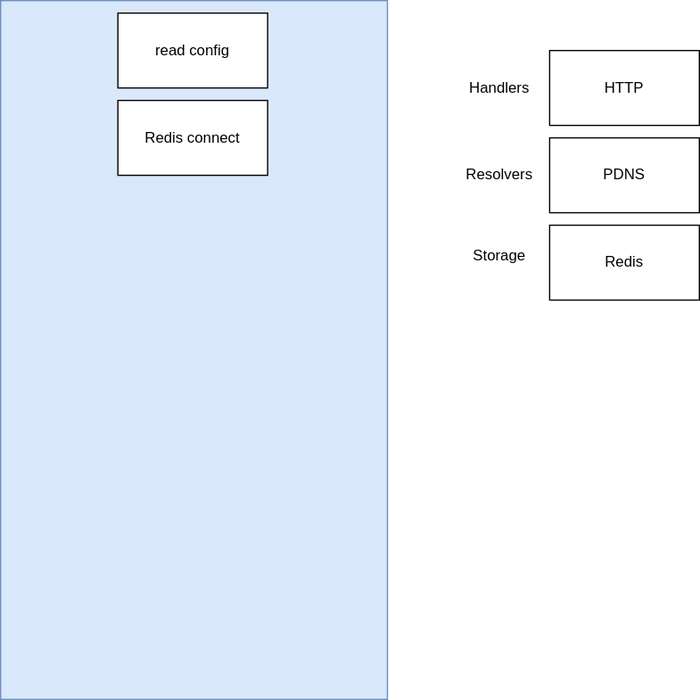
The draw.io diagram docs/driver/classes.drawio.svg in kelpi-io/kelpi.io, before a commit. Source tidied: cells renumbered, new cells last; positions are measured from the earlier drawing's top-left corner, leaving out a move shared by most shapes. Source of this version:
```xml
<mxGraphModel>
  <root>
    <mxCell id="0" />
    <mxCell id="1" parent="0" />
    <mxCell id="2" style="rounded=0;whiteSpace=wrap;html=1;fillColor=#dae8fc;strokeColor=#6c8ebf;" parent="1" vertex="1">
      <mxGeometry width="310" height="560" as="geometry" />
    </mxCell>
    <mxCell id="3" value="read config" style="rounded=0;whiteSpace=wrap;html=1;" parent="1" vertex="1">
      <mxGeometry x="94" y="10" width="120" height="60" as="geometry" />
    </mxCell>
    <mxCell id="4" value="Redis connect" style="rounded=0;whiteSpace=wrap;html=1;" parent="1" vertex="1">
      <mxGeometry x="94" y="80" width="120" height="60" as="geometry" />
    </mxCell>
    <mxCell id="5" value="HTTP" style="rounded=0;whiteSpace=wrap;html=1;" parent="1" vertex="1">
      <mxGeometry x="440" y="40" width="120" height="60" as="geometry" />
    </mxCell>
    <mxCell id="6" value="PDNS" style="rounded=0;whiteSpace=wrap;html=1;" parent="1" vertex="1">
      <mxGeometry x="440" y="110" width="120" height="60" as="geometry" />
    </mxCell>
    <mxCell id="7" value="Redis" style="rounded=0;whiteSpace=wrap;html=1;" parent="1" vertex="1">
      <mxGeometry x="440" y="180" width="120" height="60" as="geometry" />
    </mxCell>
    <mxCell id="8" value="Handlers" style="text;html=1;strokeColor=none;fillColor=none;align=center;verticalAlign=middle;whiteSpace=wrap;rounded=0;" parent="1" vertex="1">
      <mxGeometry x="370" y="55" width="60" height="30" as="geometry" />
    </mxCell>
    <mxCell id="9" value="Resolvers" style="text;html=1;strokeColor=none;fillColor=none;align=center;verticalAlign=middle;whiteSpace=wrap;rounded=0;" parent="1" vertex="1">
      <mxGeometry x="370" y="125" width="60" height="30" as="geometry" />
    </mxCell>
    <mxCell id="10" value="Storage" style="text;html=1;strokeColor=none;fillColor=none;align=center;verticalAlign=middle;whiteSpace=wrap;rounded=0;" parent="1" vertex="1">
      <mxGeometry x="370" y="190" width="60" height="30" as="geometry" />
    </mxCell>
  </root>
</mxGraphModel>
```
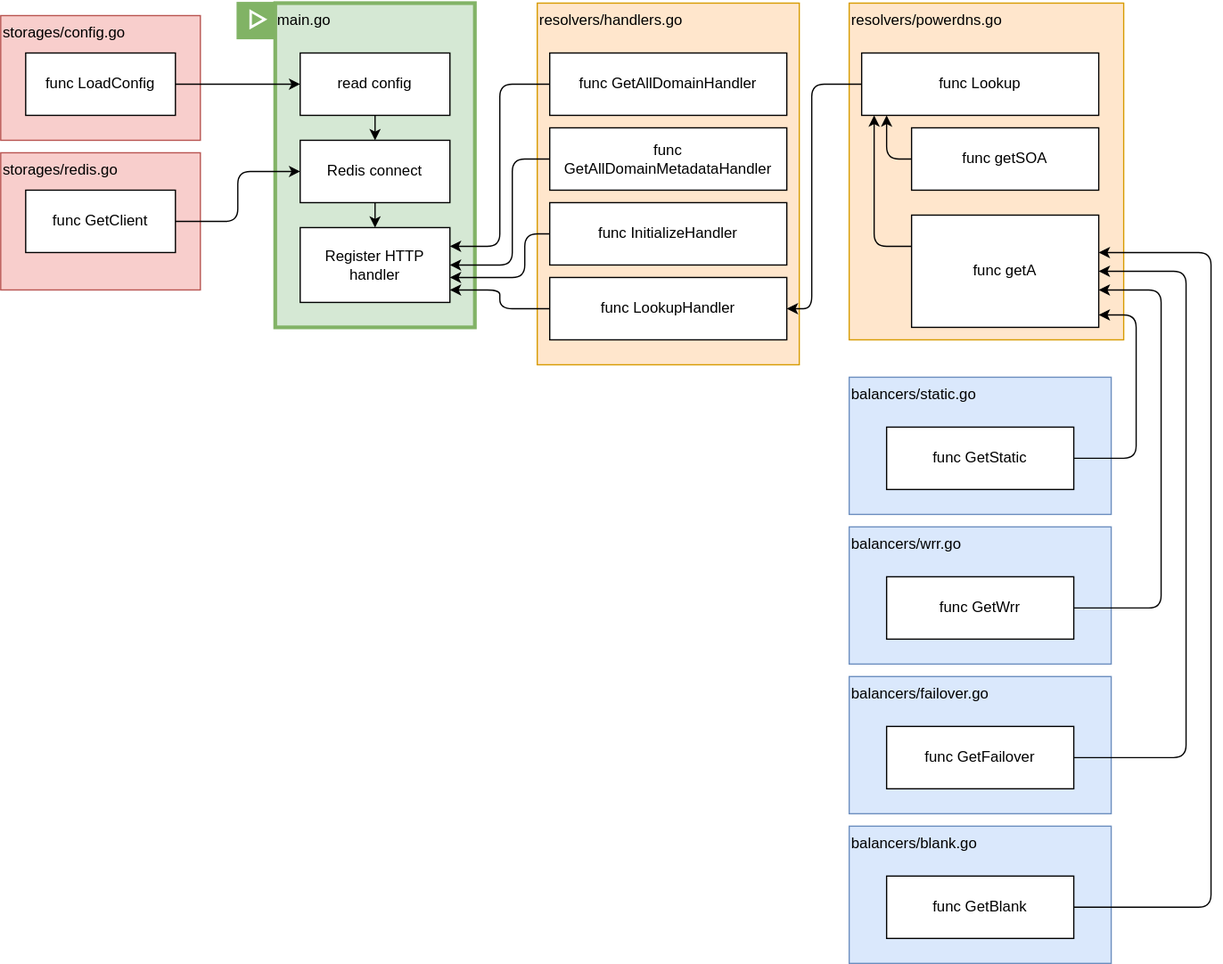
Above is the later version.

Commit message:
Edit scheme + add static lb

What changed in the source:
```diff
@@ -2,32 +2,179 @@
   <root>
     <mxCell id="0" />
     <mxCell id="1" parent="0" />
-    <mxCell id="2" style="rounded=0;whiteSpace=wrap;html=1;fillColor=#dae8fc;strokeColor=#6c8ebf;" parent="1" vertex="1">
-      <mxGeometry width="310" height="560" as="geometry" />
+    <mxCell id="2" value="main.go" style="rounded=0;whiteSpace=wrap;html=1;fillColor=#d5e8d4;strokeColor=#82b366;verticalAlign=top;align=left;strokeWidth=3;" parent="1" vertex="1">
+      <mxGeometry x="-10" width="160" height="260" as="geometry" />
     </mxCell>
+    <mxCell id="11" style="edgeStyle=orthogonalEdgeStyle;html=1;entryX=0.5;entryY=0;entryDx=0;entryDy=0;" parent="1" edge="1" source="3" target="4">
+      <mxGeometry relative="1" as="geometry" />
+    </mxCell>
     <mxCell id="3" value="read config" style="rounded=0;whiteSpace=wrap;html=1;" parent="1" vertex="1">
-      <mxGeometry x="94" y="10" width="120" height="60" as="geometry" />
+      <mxGeometry x="10" y="40" width="120" height="50" as="geometry" />
     </mxCell>
+    <mxCell id="12" style="edgeStyle=orthogonalEdgeStyle;html=1;" parent="1" edge="1" source="4" target="10">
+      <mxGeometry relative="1" as="geometry" />
+    </mxCell>
     <mxCell id="4" value="Redis connect" style="rounded=0;whiteSpace=wrap;html=1;" parent="1" vertex="1">
-      <mxGeometry x="94" y="80" width="120" height="60" as="geometry" />
+      <mxGeometry x="10" y="110" width="120" height="50" as="geometry" />
     </mxCell>
-    <mxCell id="5" value="HTTP" style="rounded=0;whiteSpace=wrap;html=1;" parent="1" vertex="1">
-      <mxGeometry x="440" y="40" width="120" height="60" as="geometry" />
-    </mxCell>
-    <mxCell id="6" value="PDNS" style="rounded=0;whiteSpace=wrap;html=1;" parent="1" vertex="1">
-      <mxGeometry x="440" y="110" width="120" height="60" as="geometry" />
-    </mxCell>
-    <mxCell id="7" value="Redis" style="rounded=0;whiteSpace=wrap;html=1;" parent="1" vertex="1">
-      <mxGeometry x="440" y="180" width="120" height="60" as="geometry" />
-    </mxCell>
-    <mxCell id="8" value="Handlers" style="text;html=1;strokeColor=none;fillColor=none;align=center;verticalAlign=middle;whiteSpace=wrap;rounded=0;" parent="1" vertex="1">
-      <mxGeometry x="370" y="55" width="60" height="30" as="geometry" />
-    </mxCell>
-    <mxCell id="9" value="Resolvers" style="text;html=1;strokeColor=none;fillColor=none;align=center;verticalAlign=middle;whiteSpace=wrap;rounded=0;" parent="1" vertex="1">
-      <mxGeometry x="370" y="125" width="60" height="30" as="geometry" />
-    </mxCell>
-    <mxCell id="10" value="Storage" style="text;html=1;strokeColor=none;fillColor=none;align=center;verticalAlign=middle;whiteSpace=wrap;rounded=0;" parent="1" vertex="1">
-      <mxGeometry x="370" y="190" width="60" height="30" as="geometry" />
+    <mxCell id="10" value="Register HTTP handler" style="rounded=0;whiteSpace=wrap;html=1;" parent="1" vertex="1">
+      <mxGeometry x="10" y="180" width="120" height="60" as="geometry" />
     </mxCell>
+    <mxCell id="13" value="resolvers/handlers.go" style="rounded=0;whiteSpace=wrap;html=1;fillColor=#ffe6cc;strokeColor=#d79b00;verticalAlign=top;align=left;" parent="1" vertex="1">
+      <mxGeometry x="200" width="210" height="290" as="geometry" />
+    </mxCell>
+    <mxCell id="14" style="edgeStyle=orthogonalEdgeStyle;html=1;entryX=1;entryY=0.25;entryDx=0;entryDy=0;" parent="1" edge="1" source="15" target="10">
+      <mxGeometry relative="1" as="geometry" />
+    </mxCell>
+    <mxCell id="15" value="func GetAllDomainHandler" style="rounded=0;whiteSpace=wrap;html=1;" parent="1" vertex="1">
+      <mxGeometry x="210" y="40" width="190" height="50" as="geometry" />
+    </mxCell>
+    <mxCell id="16" style="edgeStyle=orthogonalEdgeStyle;html=1;" parent="1" edge="1" source="17" target="10">
+      <mxGeometry relative="1" as="geometry">
+        <Array as="points">
+          <mxPoint x="170" y="245" />
+          <mxPoint x="170" y="230" />
+        </Array>
+      </mxGeometry>
+    </mxCell>
+    <mxCell id="17" value="func LookupHandler" style="rounded=0;whiteSpace=wrap;html=1;verticalAlign=middle;" parent="1" vertex="1">
+      <mxGeometry x="210" y="220" width="190" height="50" as="geometry" />
+    </mxCell>
+    <mxCell id="18" style="edgeStyle=orthogonalEdgeStyle;html=1;" parent="1" edge="1" source="19" target="10">
+      <mxGeometry relative="1" as="geometry">
+        <Array as="points">
+          <mxPoint x="180" y="125" />
+          <mxPoint x="180" y="210" />
+        </Array>
+      </mxGeometry>
+    </mxCell>
+    <mxCell id="19" value="func GetAllDomainMetadataHandler" style="rounded=0;whiteSpace=wrap;html=1;" parent="1" vertex="1">
+      <mxGeometry x="210" y="100" width="190" height="50" as="geometry" />
+    </mxCell>
+    <mxCell id="20" style="edgeStyle=orthogonalEdgeStyle;html=1;" parent="1" edge="1" source="21" target="10">
+      <mxGeometry relative="1" as="geometry">
+        <Array as="points">
+          <mxPoint x="190" y="185" />
+          <mxPoint x="190" y="220" />
+        </Array>
+      </mxGeometry>
+    </mxCell>
+    <mxCell id="21" value="func InitializeHandler" style="rounded=0;whiteSpace=wrap;html=1;" parent="1" vertex="1">
+      <mxGeometry x="210" y="160" width="190" height="50" as="geometry" />
+    </mxCell>
+    <mxCell id="22" value="resolvers/powerdns.go" style="rounded=0;whiteSpace=wrap;html=1;fillColor=#ffe6cc;strokeColor=#d79b00;verticalAlign=top;align=left;" parent="1" vertex="1">
+      <mxGeometry x="450" width="220" height="270" as="geometry" />
+    </mxCell>
+    <mxCell id="23" style="edgeStyle=orthogonalEdgeStyle;html=1;entryX=1;entryY=0.5;entryDx=0;entryDy=0;" parent="1" edge="1" source="24" target="17">
+      <mxGeometry relative="1" as="geometry">
+        <Array as="points">
+          <mxPoint x="420" y="65" />
+          <mxPoint x="420" y="245" />
+        </Array>
+      </mxGeometry>
+    </mxCell>
+    <mxCell id="24" value="func Lookup" style="rounded=0;whiteSpace=wrap;html=1;verticalAlign=middle;" parent="1" vertex="1">
+      <mxGeometry x="460" y="40" width="190" height="50" as="geometry" />
+    </mxCell>
+    <mxCell id="25" style="edgeStyle=orthogonalEdgeStyle;html=1;" parent="1" edge="1" source="26" target="24">
+      <mxGeometry relative="1" as="geometry">
+        <Array as="points">
+          <mxPoint x="480" y="125" />
+        </Array>
+      </mxGeometry>
+    </mxCell>
+    <mxCell id="26" value="func getSOA" style="rounded=0;whiteSpace=wrap;html=1;verticalAlign=middle;" parent="1" vertex="1">
+      <mxGeometry x="500" y="100" width="150" height="50" as="geometry" />
+    </mxCell>
+    <mxCell id="27" style="edgeStyle=orthogonalEdgeStyle;html=1;" parent="1" edge="1" source="28" target="24">
+      <mxGeometry relative="1" as="geometry">
+        <Array as="points">
+          <mxPoint x="470" y="195" />
+        </Array>
+      </mxGeometry>
+    </mxCell>
+    <mxCell id="28" value="func getA" style="rounded=0;whiteSpace=wrap;html=1;verticalAlign=middle;" parent="1" vertex="1">
+      <mxGeometry x="500" y="170" width="150" height="90" as="geometry" />
+    </mxCell>
+    <mxCell id="29" value="storages/config.go" style="rounded=0;whiteSpace=wrap;html=1;fillColor=#f8cecc;strokeColor=#b85450;verticalAlign=top;align=left;" parent="1" vertex="1">
+      <mxGeometry x="-230" y="10" width="160" height="100" as="geometry" />
+    </mxCell>
+    <mxCell id="30" style="edgeStyle=orthogonalEdgeStyle;html=1;" parent="1" edge="1" source="31" target="3">
+      <mxGeometry relative="1" as="geometry" />
+    </mxCell>
+    <mxCell id="31" value="func LoadConfig" style="rounded=0;whiteSpace=wrap;html=1;" parent="1" vertex="1">
+      <mxGeometry x="-210" y="40" width="120" height="50" as="geometry" />
+    </mxCell>
+    <mxCell id="32" value="storages/redis.go" style="rounded=0;whiteSpace=wrap;html=1;fillColor=#f8cecc;strokeColor=#b85450;verticalAlign=top;align=left;" parent="1" vertex="1">
+      <mxGeometry x="-230" y="120" width="160" height="110" as="geometry" />
+    </mxCell>
+    <mxCell id="33" style="edgeStyle=orthogonalEdgeStyle;html=1;entryX=0;entryY=0.5;entryDx=0;entryDy=0;" parent="1" edge="1" source="34" target="4">
+      <mxGeometry relative="1" as="geometry" />
+    </mxCell>
+    <mxCell id="34" value="func GetClient" style="rounded=0;whiteSpace=wrap;html=1;" parent="1" vertex="1">
+      <mxGeometry x="-210" y="150" width="120" height="50" as="geometry" />
+    </mxCell>
+    <mxCell id="35" value="balancers/static.go" style="rounded=0;whiteSpace=wrap;html=1;fillColor=#dae8fc;strokeColor=#6c8ebf;verticalAlign=top;align=left;" parent="1" vertex="1">
+      <mxGeometry x="450" y="300" width="210" height="110" as="geometry" />
+    </mxCell>
+    <mxCell id="36" style="edgeStyle=orthogonalEdgeStyle;html=1;" parent="1" edge="1" source="37" target="28">
+      <mxGeometry relative="1" as="geometry">
+        <Array as="points">
+          <mxPoint x="680" y="365" />
+          <mxPoint x="680" y="250" />
+        </Array>
+      </mxGeometry>
+    </mxCell>
+    <mxCell id="37" value="func GetStatic" style="rounded=0;whiteSpace=wrap;html=1;verticalAlign=middle;" parent="1" vertex="1">
+      <mxGeometry x="480" y="340" width="150" height="50" as="geometry" />
+    </mxCell>
+    <mxCell id="38" value="balancers/wrr.go" style="rounded=0;whiteSpace=wrap;html=1;fillColor=#dae8fc;strokeColor=#6c8ebf;verticalAlign=top;align=left;" parent="1" vertex="1">
+      <mxGeometry x="450" y="420" width="210" height="110" as="geometry" />
+    </mxCell>
+    <mxCell id="39" style="edgeStyle=orthogonalEdgeStyle;html=1;" parent="1" edge="1" source="40" target="28">
+      <mxGeometry relative="1" as="geometry">
+        <Array as="points">
+          <mxPoint x="700" y="485" />
+          <mxPoint x="700" y="230" />
+        </Array>
+      </mxGeometry>
+    </mxCell>
+    <mxCell id="40" value="func GetWrr" style="rounded=0;whiteSpace=wrap;html=1;verticalAlign=middle;" parent="1" vertex="1">
+      <mxGeometry x="480" y="460" width="150" height="50" as="geometry" />
+    </mxCell>
+    <mxCell id="41" value="balancers/failover.go" style="rounded=0;whiteSpace=wrap;html=1;fillColor=#dae8fc;strokeColor=#6c8ebf;verticalAlign=top;align=left;" parent="1" vertex="1">
+      <mxGeometry x="450" y="540" width="210" height="110" as="geometry" />
+    </mxCell>
+    <mxCell id="42" style="edgeStyle=orthogonalEdgeStyle;html=1;" parent="1" edge="1" source="43" target="28">
+      <mxGeometry relative="1" as="geometry">
+        <Array as="points">
+          <mxPoint x="720" y="605" />
+          <mxPoint x="720" y="215" />
+        </Array>
+      </mxGeometry>
+    </mxCell>
+    <mxCell id="43" value="func GetFailover" style="rounded=0;whiteSpace=wrap;html=1;verticalAlign=middle;" parent="1" vertex="1">
+      <mxGeometry x="480" y="580" width="150" height="50" as="geometry" />
+    </mxCell>
+    <mxCell id="44" style="rounded=0;whiteSpace=wrap;html=1;strokeWidth=3;strokeColor=none;fillColor=#81b365;" parent="1" vertex="1">
+      <mxGeometry x="-41" y="-1" width="30" height="30" as="geometry" />
+    </mxCell>
+    <mxCell id="45" style="html=1;verticalLabelPosition=bottom;align=center;labelBackgroundColor=#ffffff;verticalAlign=top;strokeWidth=2;strokeColor=#FFFFFF;shadow=0;dashed=0;shape=mxgraph.ios7.icons.play;fillColor=none;" parent="1" vertex="1">
+      <mxGeometry x="-29.7" y="6.5" width="11.4" height="13" as="geometry" />
+    </mxCell>
+    <mxCell id="46" value="balancers/blank.go" style="rounded=0;whiteSpace=wrap;html=1;fillColor=#dae8fc;strokeColor=#6c8ebf;verticalAlign=top;align=left;" parent="1" vertex="1">
+      <mxGeometry x="450" y="660" width="210" height="110" as="geometry" />
+    </mxCell>
+    <mxCell id="47" style="edgeStyle=orthogonalEdgeStyle;html=1;" parent="1" edge="1" source="48" target="28">
+      <mxGeometry relative="1" as="geometry">
+        <Array as="points">
+          <mxPoint x="740" y="725" />
+          <mxPoint x="740" y="200" />
+        </Array>
+      </mxGeometry>
+    </mxCell>
+    <mxCell id="48" value="func GetBlank" style="rounded=0;whiteSpace=wrap;html=1;verticalAlign=middle;" parent="1" vertex="1">
+      <mxGeometry x="480" y="700" width="150" height="50" as="geometry" />
+    </mxCell>
   </root>
 </mxGraphModel>
```
